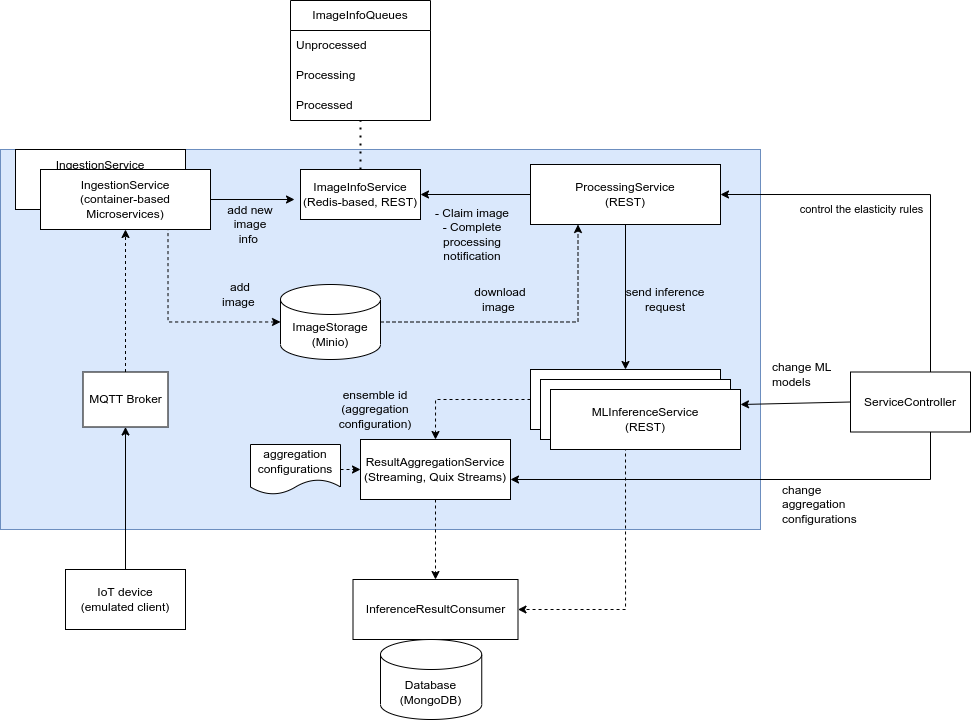
rdsea/ROHE keeps this draw.io diagram as examples/applications/object_classification/nii_case.drawio.png. Above is the earlier version. Source tidied: cells renumbered, new cells last; positions are measured from the earlier drawing's top-left corner, leaving out a move shared by most shapes.
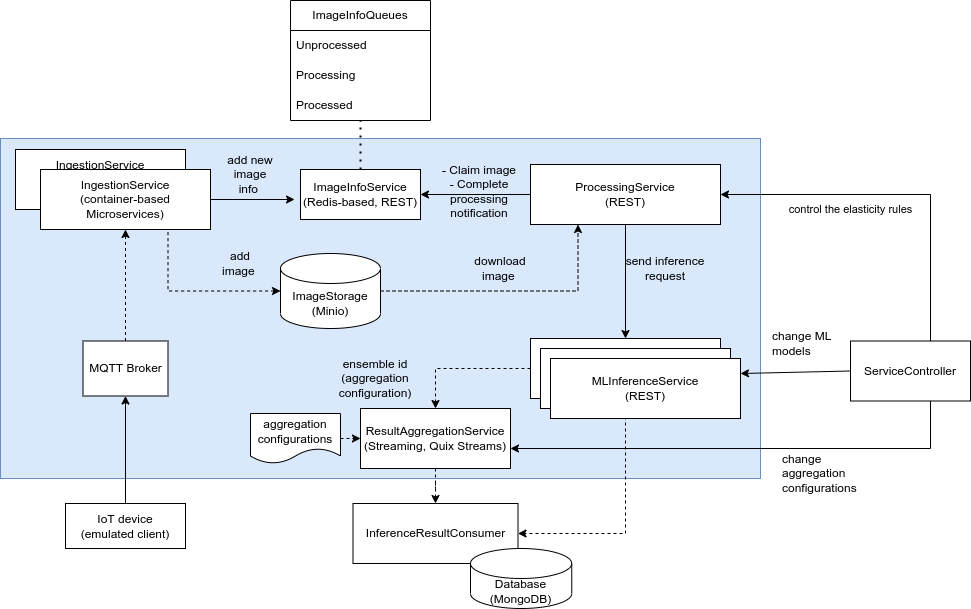
After the commit.

Commit message:
add rohe_cli

Diff of the diagram source:
```diff
@@ -3,13 +3,13 @@
     <mxCell id="0" />
     <mxCell id="1" parent="0" />
     <mxCell id="2" style="rounded=0;whiteSpace=wrap;html=1;fillColor=#dae8fc;strokeColor=#6c8ebf;" parent="1" vertex="1">
-      <mxGeometry y="149" width="760" height="380" as="geometry" />
+      <mxGeometry y="169" width="760" height="340" as="geometry" />
     </mxCell>
     <mxCell id="3" style="edgeStyle=orthogonalEdgeStyle;rounded=0;jettySize=auto;html=1;" parent="1" edge="1" source="4" target="30">
       <mxGeometry relative="1" as="geometry" />
     </mxCell>
     <mxCell id="4" value="IoT device&lt;br&gt;(emulated client)" style="rounded=0;whiteSpace=wrap;html=1;" parent="1" vertex="1">
-      <mxGeometry x="65" y="569" width="120" height="60" as="geometry" />
+      <mxGeometry x="65" y="534" width="120" height="45" as="geometry" />
     </mxCell>
     <mxCell id="5" style="edgeStyle=orthogonalEdgeStyle;rounded=0;jettySize=auto;html=1;entryX=0.5;entryY=0;entryDx=0;entryDy=0;dashed=1;" parent="1" edge="1" source="7" target="33">
       <mxGeometry relative="1" as="geometry" />
@@ -21,7 +21,7 @@
       <mxGeometry x="530" y="369" width="190" height="60" as="geometry" />
     </mxCell>
     <mxCell id="8" value="ProcessingService&lt;br&gt;(REST)" style="rounded=0;whiteSpace=wrap;html=1;" parent="1" vertex="1">
-      <mxGeometry x="530" y="164" width="190" height="60" as="geometry" />
+      <mxGeometry x="530" y="195" width="190" height="60" as="geometry" />
     </mxCell>
     <mxCell id="9" style="endArrow=classic;html=1;rounded=0;exitX=1;exitY=0.5;exitDx=0;exitDy=0;entryX=-0.05;entryY=0.6;entryDx=0;entryDy=0;entryPerimeter=0;" parent="1" edge="1" source="44" target="12">
       <mxGeometry relative="1" as="geometry" />
@@ -29,14 +29,16 @@
     <mxCell id="10" style="endArrow=classic;html=1;rounded=0;entryX=0.5;entryY=0;entryDx=0;entryDy=0;exitX=0.5;exitY=1;exitDx=0;exitDy=0;" parent="1" edge="1" source="8" target="7">
       <mxGeometry relative="1" as="geometry" />
     </mxCell>
-    <mxCell id="11" style="endArrow=none;dashed=1;html=1;dashPattern=1 3;strokeWidth=2;rounded=0;exitX=0.5;exitY=0;exitDx=0;exitDy=0;" parent="1" edge="1" source="12" target="16">
-      <mxGeometry relative="1" as="geometry" />
+    <mxCell id="11" style="endArrow=none;dashed=1;html=1;dashPattern=1 3;strokeWidth=2;rounded=0;exitX=0.5;exitY=0;exitDx=0;exitDy=0;" parent="1" edge="1" source="12">
+      <mxGeometry relative="1" as="geometry">
+        <mxPoint x="360" y="151" as="targetPoint" />
+      </mxGeometry>
     </mxCell>
     <mxCell id="12" value="ImageInfoService&lt;br&gt;(Redis-based, REST)" style="rounded=0;whiteSpace=wrap;html=1;" parent="1" vertex="1">
-      <mxGeometry x="300" y="169" width="120" height="50" as="geometry" />
+      <mxGeometry x="300" y="200" width="120" height="50" as="geometry" />
     </mxCell>
     <mxCell id="13" value="ImageInfoQueues" style="swimlane;fontStyle=0;horizontal=1;startSize=30;whiteSpace=wrap;html=1;" parent="1" vertex="1">
-      <mxGeometry x="290" width="140" height="120" as="geometry" />
+      <mxGeometry x="290" y="31" width="140" height="120" as="geometry" />
     </mxCell>
     <mxCell id="14" value="Unprocessed" style="text;strokeColor=none;fillColor=none;align=left;verticalAlign=middle;spacingLeft=4;spacingRight=4;overflow=hidden;whiteSpace=wrap;html=1;" parent="13" vertex="1">
       <mxGeometry y="30" width="140" height="30" as="geometry" />
@@ -51,10 +53,10 @@
       <mxGeometry relative="1" as="geometry" />
     </mxCell>
     <mxCell id="18" value="add new image info&amp;nbsp;" style="text;html=1;strokeColor=none;fillColor=none;align=center;verticalAlign=middle;whiteSpace=wrap;rounded=0;" parent="1" vertex="1">
-      <mxGeometry x="220" y="209" width="60" height="30" as="geometry" />
+      <mxGeometry x="220" y="190" width="60" height="30" as="geometry" />
     </mxCell>
     <mxCell id="19" value="- Claim image&lt;br&gt;- Complete processing notification" style="text;html=1;strokeColor=none;fillColor=none;align=center;verticalAlign=middle;whiteSpace=wrap;rounded=0;" parent="1" vertex="1">
-      <mxGeometry x="417" y="194" width="110" height="80" as="geometry" />
+      <mxGeometry x="424" y="182" width="110" height="80" as="geometry" />
     </mxCell>
     <mxCell id="20" value="send inference request" style="text;html=1;strokeColor=none;fillColor=none;align=center;verticalAlign=middle;whiteSpace=wrap;rounded=0;" parent="1" vertex="1">
       <mxGeometry x="620" y="284" width="90" height="30" as="geometry" />
@@ -69,7 +71,7 @@
     <mxCell id="22" value="control the elasticity rules" style="edgeStyle=orthogonalEdgeStyle;rounded=0;jettySize=auto;html=1;entryX=1;entryY=0.5;entryDx=0;entryDy=0;" parent="1" edge="1" source="23" target="8">
       <mxGeometry x="0.27" y="15" relative="1" as="geometry">
         <Array as="points">
-          <mxPoint x="930" y="194" />
+          <mxPoint x="930" y="225" />
         </Array>
       </mxGeometry>
     </mxCell>
@@ -98,7 +100,7 @@
       <mxGeometry x="82.5" y="371.5" width="85" height="55" as="geometry" />
     </mxCell>
     <mxCell id="31" value="InferenceResultConsumer" style="rounded=0;whiteSpace=wrap;html=1;" parent="1" vertex="1">
-      <mxGeometry x="352.5" y="579" width="165" height="60" as="geometry" />
+      <mxGeometry x="352.5" y="534" width="165" height="60" as="geometry" />
     </mxCell>
     <mxCell id="32" style="edgeStyle=orthogonalEdgeStyle;rounded=0;jettySize=auto;html=1;dashed=1;" parent="1" edge="1" source="33" target="31">
       <mxGeometry relative="1" as="geometry" />
@@ -107,7 +109,7 @@
       <mxGeometry x="360" y="439" width="150" height="60" as="geometry" />
     </mxCell>
     <mxCell id="34" value="Database&lt;br&gt;(MongoDB)" style="shape=cylinder3;whiteSpace=wrap;html=1;boundedLbl=1;backgroundOutline=1;size=15;" parent="1" vertex="1">
-      <mxGeometry x="380" y="639" width="101.2" height="80" as="geometry" />
+      <mxGeometry x="470" y="579" width="101.2" height="60" as="geometry" />
     </mxCell>
     <mxCell id="35" value="ensemble id (aggregation configuration)" style="text;html=1;strokeColor=none;fillColor=none;align=center;verticalAlign=middle;whiteSpace=wrap;rounded=0;" parent="1" vertex="1">
       <mxGeometry x="320" y="379" width="110" height="60" as="geometry" />
@@ -134,10 +136,10 @@
       <mxGeometry x="550" y="389" width="190" height="60" as="geometry" />
     </mxCell>
     <mxCell id="43" value="IngestionService&lt;br&gt;(container-based Microservices)" style="rounded=0;whiteSpace=wrap;html=1;" parent="1" vertex="1">
-      <mxGeometry x="15" y="149" width="170" height="60" as="geometry" />
+      <mxGeometry x="15" y="180" width="170" height="60" as="geometry" />
     </mxCell>
     <mxCell id="44" value="IngestionService&lt;br&gt;(container-based Microservices)" style="rounded=0;whiteSpace=wrap;html=1;" parent="1" vertex="1">
-      <mxGeometry x="40" y="169" width="170" height="60" as="geometry" />
+      <mxGeometry x="40" y="200" width="170" height="60" as="geometry" />
     </mxCell>
   </root>
 </mxGraphModel>
```
